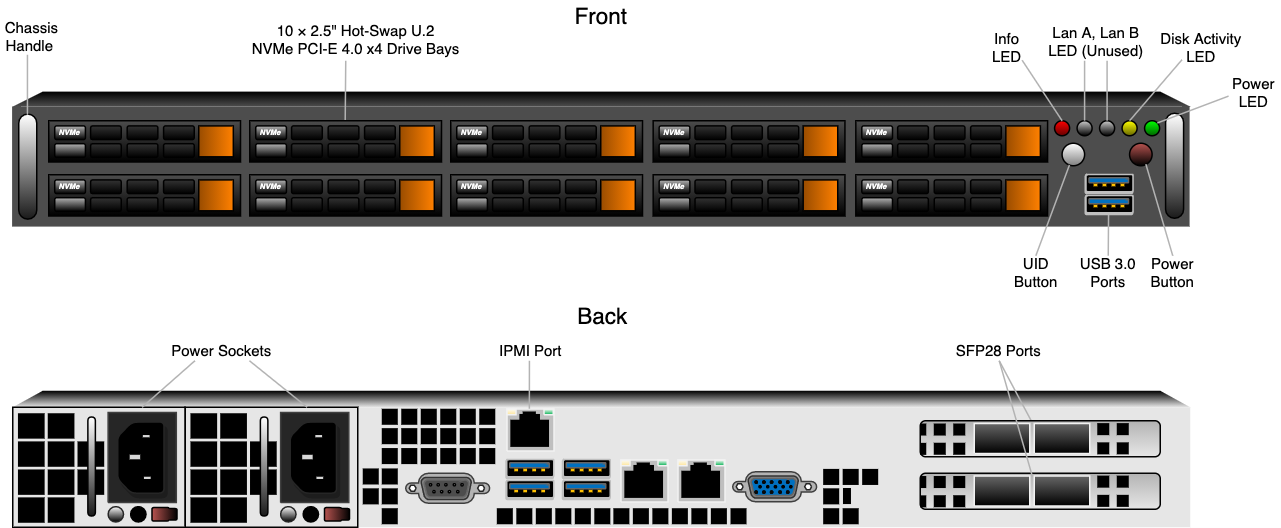
Before: supermicro/images/supermicro-front-back-diagram.png, a diagram exported from draw.io (Qumulo/docs). Source tidied: cells renumbered, new cells last; positions are measured from the earlier drawing's top-left corner, leaving out a move shared by most shapes.
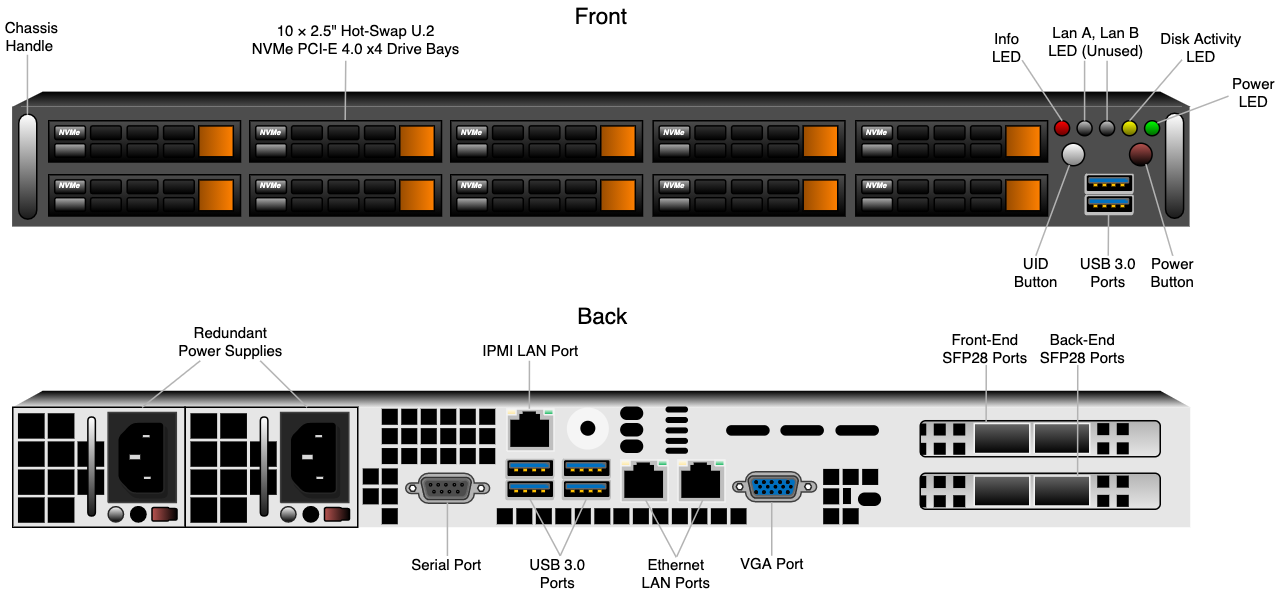
The same diagram one commit later.

Diff of the diagram source:
```diff
@@ -1151,16 +1151,20 @@
     <mxCell id="380" value="&lt;b style=&quot;font-size: 5px;&quot;&gt;&lt;i style=&quot;font-size: 5px;&quot;&gt;NVMe&lt;/i&gt;&lt;/b&gt;" style="text;html=1;strokeColor=none;fillColor=none;align=center;verticalAlign=middle;whiteSpace=wrap;rounded=0;fontColor=#FFFFFF;fontSize=5;" parent="369" vertex="1">
       <mxGeometry x="9" y="5" width="10" height="3" as="geometry" />
     </mxCell>
-    <mxCell id="381" value="Power Sockets" style="text;whiteSpace=wrap;html=1;fontSize=10;align=center;" parent="1" vertex="1">
-      <mxGeometry x="128.3" y="220" width="72.7" height="20" as="geometry" />
+    <mxCell id="381" value="Redundant Power Supplies" style="text;whiteSpace=wrap;html=1;fontSize=10;align=center;" parent="1" vertex="1">
+      <mxGeometry x="134" y="208" width="72.7" height="20" as="geometry" />
     </mxCell>
-    <mxCell id="382" style="endArrow=none;html=1;fontSize=10;shadow=0;strokeColor=#B3B3B3;entryX=0.75;entryY=0;entryDx=0;entryDy=0;exitX=0.25;exitY=1;exitDx=0;exitDy=0;" parent="1" edge="1" source="381" target="259">
-      <mxGeometry relative="1" as="geometry" />
+    <mxCell id="382" style="endArrow=none;html=1;fontSize=10;shadow=0;strokeColor=#B3B3B3;entryX=0.75;entryY=0;entryDx=0;entryDy=0;" parent="1" edge="1" target="259">
+      <mxGeometry relative="1" as="geometry">
+        <mxPoint x="150" y="240" as="sourcePoint" />
+      </mxGeometry>
     </mxCell>
-    <mxCell id="383" style="endArrow=none;html=1;fontSize=10;shadow=0;strokeColor=#B3B3B3;entryX=0.25;entryY=1;entryDx=0;entryDy=0;exitX=0.75;exitY=1;exitDx=0;exitDy=0;" parent="1" edge="1" source="381" target="33">
-      <mxGeometry relative="1" as="geometry" />
+    <mxCell id="383" style="endArrow=none;html=1;fontSize=10;shadow=0;strokeColor=#B3B3B3;entryX=0.25;entryY=1;entryDx=0;entryDy=0;" parent="1" edge="1" target="33">
+      <mxGeometry relative="1" as="geometry">
+        <mxPoint x="190" y="240" as="sourcePoint" />
+      </mxGeometry>
     </mxCell>
-    <mxCell id="384" value="IPMI Port" style="text;whiteSpace=wrap;html=1;fontSize=10;align=center;" parent="1" vertex="1">
+    <mxCell id="384" value="IPMI LAN Port" style="text;whiteSpace=wrap;html=1;fontSize=10;align=center;" parent="1" vertex="1">
       <mxGeometry x="333.7" y="220" width="72.7" height="20" as="geometry" />
     </mxCell>
     <mxCell id="385" style="endArrow=none;html=1;fontSize=10;shadow=0;strokeColor=#B3B3B3;" parent="1" edge="1">
@@ -1169,12 +1173,9 @@
         <mxPoint x="369.4" y="272" as="targetPoint" />
       </mxGeometry>
     </mxCell>
-    <mxCell id="386" value="SFP28 Ports" style="text;whiteSpace=wrap;html=1;fontSize=10;align=center;" parent="1" vertex="1">
-      <mxGeometry x="646.3" y="220" width="72.7" height="20" as="geometry" />
+    <mxCell id="386" value="Front-End SFP28 Ports" style="text;whiteSpace=wrap;html=1;fontSize=10;align=center;" parent="1" vertex="1">
+      <mxGeometry x="636.9" y="212.8" width="72.7" height="20" as="geometry" />
     </mxCell>
-    <mxCell id="387" style="endArrow=none;html=1;fontSize=10;shadow=0;strokeColor=#B3B3B3;exitX=0.5;exitY=1;exitDx=0;exitDy=0;entryX=-0.036;entryY=-0.027;entryDx=0;entryDy=0;entryPerimeter=0;" parent="1" edge="1" source="386" target="397">
-      <mxGeometry relative="1" as="geometry" />
-    </mxCell>
     <mxCell id="388" style="group;" parent="1" vertex="1">
       <mxGeometry x="630" y="280" width="160" height="24" as="geometry" />
     </mxCell>
@@ -1217,8 +1218,105 @@
     <mxCell id="401" style="rounded=0;whiteSpace=wrap;html=1;strokeWidth=0.5;fillColor=#000000;strokeColor=none;rotation=90;" parent="388" vertex="1">
       <mxGeometry x="131" y="14.4" width="8" height="8" as="geometry" />
     </mxCell>
-    <mxCell id="402" style="endArrow=none;html=1;fontSize=10;shadow=0;strokeColor=#B3B3B3;exitX=0.5;exitY=1;exitDx=0;exitDy=0;entryX=-0.043;entryY=-0.046;entryDx=0;entryDy=0;entryPerimeter=0;" parent="1" edge="1" source="386" target="254">
-      <mxGeometry relative="1" as="geometry" />
-    </mxCell>
+    <mxCell id="403" style="ellipse;whiteSpace=wrap;html=1;fillColor=#f5f5f5;fontColor=#333333;strokeColor=none;" parent="1" vertex="1">
+      <mxGeometry x="394.4" y="271.2" width="28" height="28" as="geometry" />
+    </mxCell>
+    <mxCell id="404" style="ellipse;whiteSpace=wrap;html=1;strokeColor=none;fillColor=#000000;" parent="1" vertex="1">
+      <mxGeometry x="403.4" y="280" width="10" height="10" as="geometry" />
+    </mxCell>
+    <mxCell id="405" style="rounded=1;whiteSpace=wrap;html=1;fillColor=#000000;glass=0;arcSize=50;" parent="1" vertex="1">
+      <mxGeometry x="589" y="328.3" width="14.4" height="8" as="geometry" />
+    </mxCell>
+    <mxCell id="406" style="rounded=1;whiteSpace=wrap;html=1;fillColor=#000000;glass=0;arcSize=50;" parent="1" vertex="1">
+      <mxGeometry x="430.4" y="293" width="14.4" height="8" as="geometry" />
+    </mxCell>
+    <mxCell id="407" style="rounded=1;whiteSpace=wrap;html=1;fillColor=#000000;glass=0;arcSize=50;" parent="1" vertex="1">
+      <mxGeometry x="430.4" y="282" width="14.4" height="8" as="geometry" />
+    </mxCell>
+    <mxCell id="408" style="rounded=1;whiteSpace=wrap;html=1;fillColor=#000000;glass=0;arcSize=50;" parent="1" vertex="1">
+      <mxGeometry x="430.4" y="271" width="14.4" height="8" as="geometry" />
+    </mxCell>
+    <mxCell id="409" style="rounded=1;whiteSpace=wrap;html=1;fillColor=#000000;glass=0;arcSize=50;" parent="1" vertex="1">
+      <mxGeometry x="460.7" y="271" width="14" height="3" as="geometry" />
+    </mxCell>
+    <mxCell id="410" style="rounded=1;whiteSpace=wrap;html=1;fillColor=#000000;glass=0;arcSize=50;" parent="1" vertex="1">
+      <mxGeometry x="460.7" y="278" width="14" height="3" as="geometry" />
+    </mxCell>
+    <mxCell id="411" style="rounded=1;whiteSpace=wrap;html=1;fillColor=#000000;glass=0;arcSize=50;" parent="1" vertex="1">
+      <mxGeometry x="460.7" y="284.9" width="14" height="3" as="geometry" />
+    </mxCell>
+    <mxCell id="412" style="rounded=1;whiteSpace=wrap;html=1;fillColor=#000000;glass=0;arcSize=50;" parent="1" vertex="1">
+      <mxGeometry x="460.7" y="291.9" width="14" height="3" as="geometry" />
+    </mxCell>
+    <mxCell id="413" style="rounded=1;whiteSpace=wrap;html=1;fillColor=#000000;glass=0;arcSize=50;" parent="1" vertex="1">
+      <mxGeometry x="460.7" y="298.5" width="14" height="3" as="geometry" />
+    </mxCell>
+    <mxCell id="414" style="rounded=1;whiteSpace=wrap;html=1;fillColor=#000000;glass=0;arcSize=50;" parent="1" vertex="1">
+      <mxGeometry x="501.1" y="283.4" width="28" height="6" as="geometry" />
+    </mxCell>
+    <mxCell id="415" style="rounded=1;whiteSpace=wrap;html=1;fillColor=#000000;glass=0;arcSize=50;" parent="1" vertex="1">
+      <mxGeometry x="537.3" y="283.4" width="28" height="6" as="geometry" />
+    </mxCell>
+    <mxCell id="416" style="rounded=1;whiteSpace=wrap;html=1;fillColor=#000000;glass=0;arcSize=50;" parent="1" vertex="1">
+      <mxGeometry x="574" y="283.4" width="28" height="6" as="geometry" />
+    </mxCell>
+    <mxCell id="417" value="VGA Port" style="text;whiteSpace=wrap;html=1;fontSize=10;align=center;" parent="1" vertex="1">
+      <mxGeometry x="497" y="362" width="69.3" height="20" as="geometry" />
+    </mxCell>
+    <mxCell id="418" style="endArrow=none;html=1;fontSize=10;shadow=0;strokeColor=#B3B3B3;exitX=1.017;exitY=0.535;exitDx=0;exitDy=0;exitPerimeter=0;" parent="1" edge="1" source="114">
+      <mxGeometry relative="1" as="geometry">
+        <mxPoint x="531" y="370" as="targetPoint" />
+      </mxGeometry>
+    </mxCell>
+    <mxCell id="419" value="USB 3.0&lt;br&gt;Ports" style="text;html=1;strokeColor=none;fillColor=none;align=center;verticalAlign=middle;whiteSpace=wrap;rounded=0;shadow=0;fontSize=10;" parent="1" vertex="1">
+      <mxGeometry x="363.4" y="371" width="51" height="20" as="geometry" />
+    </mxCell>
+    <mxCell id="420" style="endArrow=none;html=1;fontSize=10;shadow=0;strokeColor=#B3B3B3;exitX=0.497;exitY=1.062;exitDx=0;exitDy=0;exitPerimeter=0;" parent="1" edge="1" source="178">
+      <mxGeometry relative="1" as="geometry">
+        <mxPoint x="390" y="370" as="targetPoint" />
+      </mxGeometry>
+    </mxCell>
+    <mxCell id="421" style="endArrow=none;html=1;fontSize=10;shadow=0;strokeColor=#B3B3B3;exitX=0.51;exitY=0.949;exitDx=0;exitDy=0;exitPerimeter=0;" parent="1" edge="1" source="193">
+      <mxGeometry relative="1" as="geometry">
+        <mxPoint x="390" y="370" as="targetPoint" />
+      </mxGeometry>
+    </mxCell>
+    <mxCell id="422" value="Serial Port" style="text;whiteSpace=wrap;html=1;fontSize=10;align=center;" parent="1" vertex="1">
+      <mxGeometry x="280.3" y="363" width="69.3" height="20" as="geometry" />
+    </mxCell>
+    <mxCell id="423" style="endArrow=none;html=1;fontSize=10;shadow=0;strokeColor=#B3B3B3;exitX=1.017;exitY=0.535;exitDx=0;exitDy=0;exitPerimeter=0;" parent="1" edge="1">
+      <mxGeometry relative="1" as="geometry">
+        <mxPoint x="314.8" y="334.5" as="sourcePoint" />
+        <mxPoint x="314.8" y="370.2" as="targetPoint" />
+      </mxGeometry>
+    </mxCell>
+    <mxCell id="424" value="Ethernet&lt;br&gt;LAN Ports" style="text;html=1;strokeColor=none;fillColor=none;align=center;verticalAlign=middle;whiteSpace=wrap;rounded=0;shadow=0;fontSize=10;" parent="1" vertex="1">
+      <mxGeometry x="442.2" y="371" width="51" height="20" as="geometry" />
+    </mxCell>
+    <mxCell id="425" style="endArrow=none;html=1;fontSize=10;shadow=0;strokeColor=#B3B3B3;exitX=0.51;exitY=0.949;exitDx=0;exitDy=0;exitPerimeter=0;" parent="1" edge="1">
+      <mxGeometry relative="1" as="geometry">
+        <mxPoint x="485" y="332.9" as="sourcePoint" />
+        <mxPoint x="467.7" y="370.5" as="targetPoint" />
+      </mxGeometry>
+    </mxCell>
+    <mxCell id="426" style="endArrow=none;html=1;fontSize=10;shadow=0;strokeColor=#B3B3B3;exitX=0.497;exitY=1.062;exitDx=0;exitDy=0;exitPerimeter=0;" parent="1" edge="1">
+      <mxGeometry relative="1" as="geometry">
+        <mxPoint x="447" y="333" as="sourcePoint" />
+        <mxPoint x="467.3" y="371" as="targetPoint" />
+      </mxGeometry>
+    </mxCell>
+    <mxCell id="427" value="Back-End SFP28 Ports" style="text;whiteSpace=wrap;html=1;fontSize=10;align=center;" parent="1" vertex="1">
+      <mxGeometry x="701.9" y="212.9" width="72.7" height="20" as="geometry" />
+    </mxCell>
+    <mxCell id="428" style="endArrow=none;html=1;fontSize=10;shadow=0;strokeColor=#B3B3B3;entryX=0.214;entryY=-0.02;entryDx=0;entryDy=0;entryPerimeter=0;" parent="1" edge="1" target="395">
+      <mxGeometry relative="1" as="geometry">
+        <mxPoint x="674" y="242.8" as="sourcePoint" />
+      </mxGeometry>
+    </mxCell>
+    <mxCell id="429" style="endArrow=none;html=1;fontSize=10;shadow=0;strokeColor=#B3B3B3;entryX=0.781;entryY=-0.003;entryDx=0;entryDy=0;entryPerimeter=0;" parent="1" edge="1" target="254">
+      <mxGeometry relative="1" as="geometry">
+        <mxPoint x="735" y="242.9" as="sourcePoint" />
+      </mxGeometry>
+    </mxCell>
   </root>
 </mxGraphModel>
```
